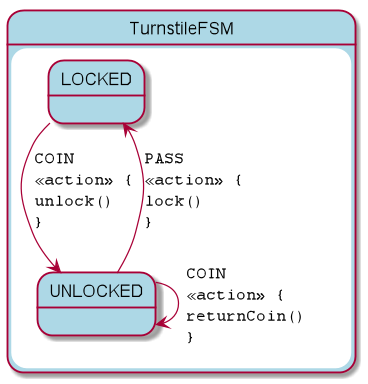
Before: turnstile.png, a diagram exported from PlantUML (open-jumpco/kfsm-android). The source it was exported from:
```plantuml
@startuml
skinparam StateFontName Helvetica
skinparam defaultFontName Monospaced
skinparam state {
    BackgroundColor LightBlue
}
state TurnstileFSM {
LOCKED --> UNLOCKED : COIN\l<<action>> {\lunlock()\l}
UNLOCKED --> LOCKED : PASS\l<<action>> {\llock()\l}
UNLOCKED --> UNLOCKED : COIN\l<<action>> {\lreturnCoin()\l}
}
@enduml
```
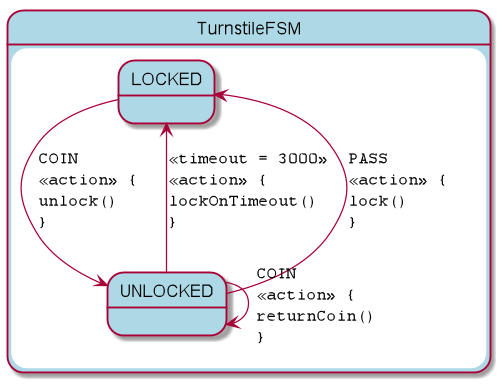
The same diagram one commit later.

Commit message:
updated FSM visualization

Diff of the diagram source:
```diff
@@ -6,6 +6,7 @@
 }
 state TurnstileFSM {
 LOCKED --> UNLOCKED : COIN\l<<action>> {\lunlock()\l}
+UNLOCKED --> LOCKED : <<timeout = 3000>>\l<<action>> {\llockOnTimeout()\l}
 UNLOCKED --> LOCKED : PASS\l<<action>> {\llock()\l}
 UNLOCKED --> UNLOCKED : COIN\l<<action>> {\lreturnCoin()\l}
 }
```
